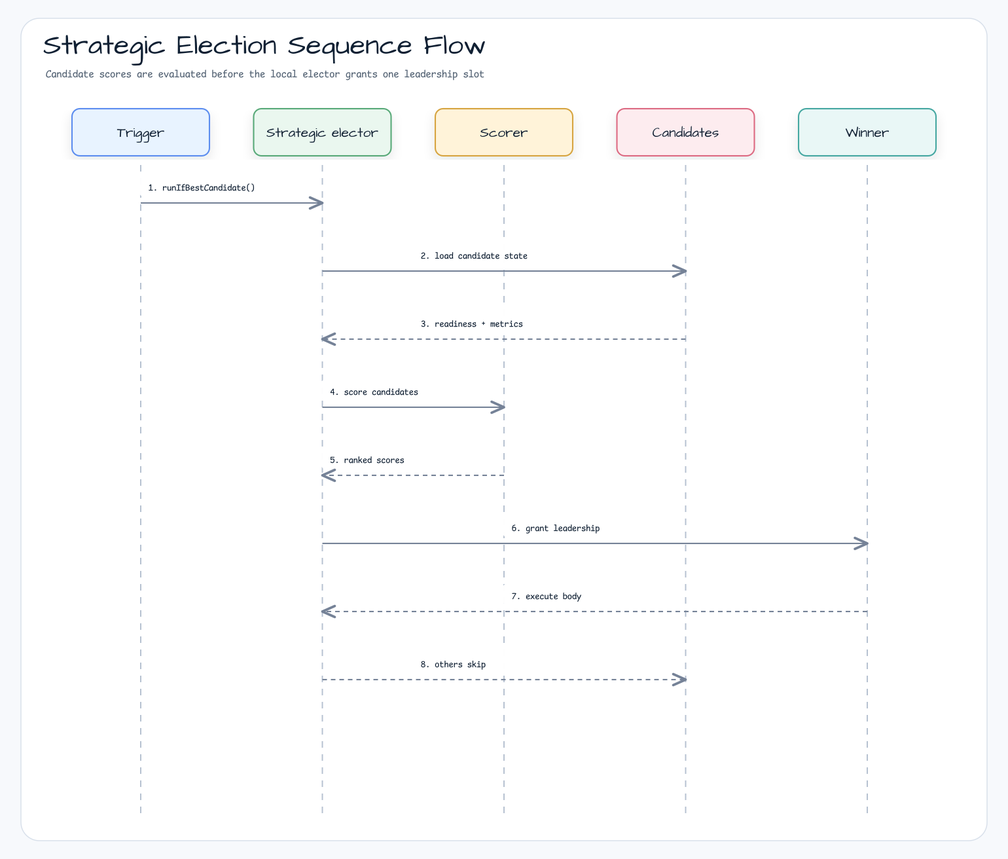
Before: docs/images/readme-diagrams/examples-strategic-election-sequence-01.png, a diagram exported from Graphviz (bluetape4k/bluetape4k-leader). Its source is kept beside it as docs/images/readme-diagrams/examples-strategic-election-sequence-01.dot. Source of this version:
```dot
digraph "examples-strategic-election-sequence-01" {
  graph [layout=neato, rankdir=TB, splines=ortho, overlap=false, outputorder=edgesfirst, nodesep=0.55, ranksep=0.75, bgcolor="transparent", label="Strategic Election Sequence Flow", labelloc=t];
  node [shape=box, style="rounded,filled", fontname="Architects Daughter", fontsize=18, margin="0.16,0.10"];
  edge [color="#758297", penwidth=1.8, arrowsize=0.8, fontname="Comic Mono", fontsize=10];
  n0 [label="Trigger", fillcolor="#ffffff", color="#5B8DEF", width=2.92, height=1.00, pos="215.00,498.00!"];
  n1 [label="Strategic elector", fillcolor="#ffffff", color="#58A978", width=2.92, height=1.00, pos="492.50,498.00!"];
  n2 [label="Scorer", fillcolor="#ffffff", color="#D6A441", width=2.92, height=1.00, pos="770.00,498.00!"];
  n3 [label="Candidates", fillcolor="#ffffff", color="#DC6B82", width=2.92, height=1.00, pos="1047.50,498.00!"];
  n4 [label="Winner", fillcolor="#ffffff", color="#45A7A1", width=2.92, height=1.00, pos="1325.00,498.00!"];
  n0 -> n1 [];
  n1 -> n3 [];
  n3 -> n1 [style=dashed];
  n1 -> n2 [];
  n2 -> n1 [style=dashed];
  n1 -> n4 [];
  n4 -> n1 [style=dashed];
  n1 -> n3 [style=dashed];
}
```
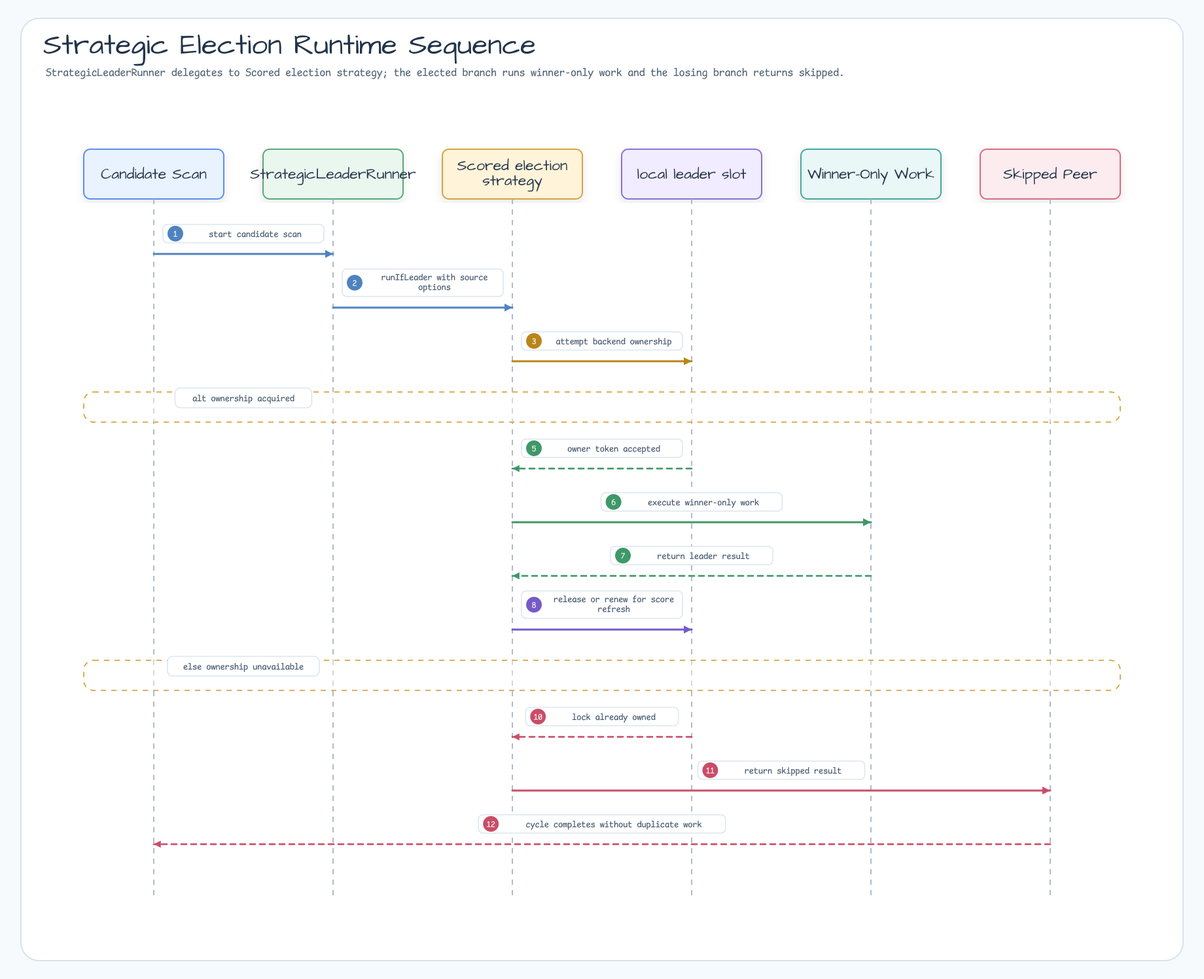
After the commit.

Change to the diagram source:
```diff
@@ -1,18 +1,21 @@
 digraph "examples-strategic-election-sequence-01" {
-  graph [layout=neato, rankdir=TB, splines=ortho, overlap=false, outputorder=edgesfirst, nodesep=0.55, ranksep=0.75, bgcolor="transparent", label="Strategic Election Sequence Flow", labelloc=t];
-  node [shape=box, style="rounded,filled", fontname="Architects Daughter", fontsize=18, margin="0.16,0.10"];
-  edge [color="#758297", penwidth=1.8, arrowsize=0.8, fontname="Comic Mono", fontsize=10];
-  n0 [label="Trigger", fillcolor="#ffffff", color="#5B8DEF", width=2.92, height=1.00, pos="215.00,498.00!"];
-  n1 [label="Strategic elector", fillcolor="#ffffff", color="#58A978", width=2.92, height=1.00, pos="492.50,498.00!"];
-  n2 [label="Scorer", fillcolor="#ffffff", color="#D6A441", width=2.92, height=1.00, pos="770.00,498.00!"];
-  n3 [label="Candidates", fillcolor="#ffffff", color="#DC6B82", width=2.92, height=1.00, pos="1047.50,498.00!"];
-  n4 [label="Winner", fillcolor="#ffffff", color="#45A7A1", width=2.92, height=1.00, pos="1325.00,498.00!"];
-  n0 -> n1 [];
-  n1 -> n3 [];
-  n3 -> n1 [style=dashed];
-  n1 -> n2 [];
-  n2 -> n1 [style=dashed];
-  n1 -> n4 [];
-  n4 -> n1 [style=dashed];
-  n1 -> n3 [style=dashed];
+  graph [rankdir=LR, bgcolor="transparent", splines=ortho, nodesep=0.7, ranksep=0.9];
+  node [shape=box, style="rounded,filled", fillcolor="#F8FAFC", color="#94A3B8", fontname="Comic Mono"];
+  edge [fontname="Comic Mono", fontsize=10, arrowsize=0.7];
+  "trigger" [label="Candidate Scan"];
+  "coord" [label="StrategicLeaderRunner"];
+  "elector" [label="Scored election strategy"];
+  "backend" [label="local leader slot"];
+  "work" [label="Winner-Only Work"];
+  "peer" [label="Skipped Peer"];
+  "trigger" -> "coord" [label="start candidate scan", color="#4F83BF"];
+  "coord" -> "elector" [label="runIfLeader with source options", color="#4F83BF"];
+  "elector" -> "backend" [label="attempt backend ownership", color="#B9851B"];
+  "backend" -> "elector" [label="owner token accepted", color="#3E9868"];
+  "elector" -> "work" [label="execute winner-only work", color="#3E9868"];
+  "work" -> "elector" [label="return leader result", color="#3E9868"];
+  "elector" -> "backend" [label="release or renew for score refresh", color="#755BC6"];
+  "backend" -> "elector" [label="lock already owned", color="#C94D68"];
+  "elector" -> "peer" [label="return skipped result", color="#C94D68"];
+  "peer" -> "trigger" [label="cycle completes without duplicate work", color="#C94D68"];
 }
```
